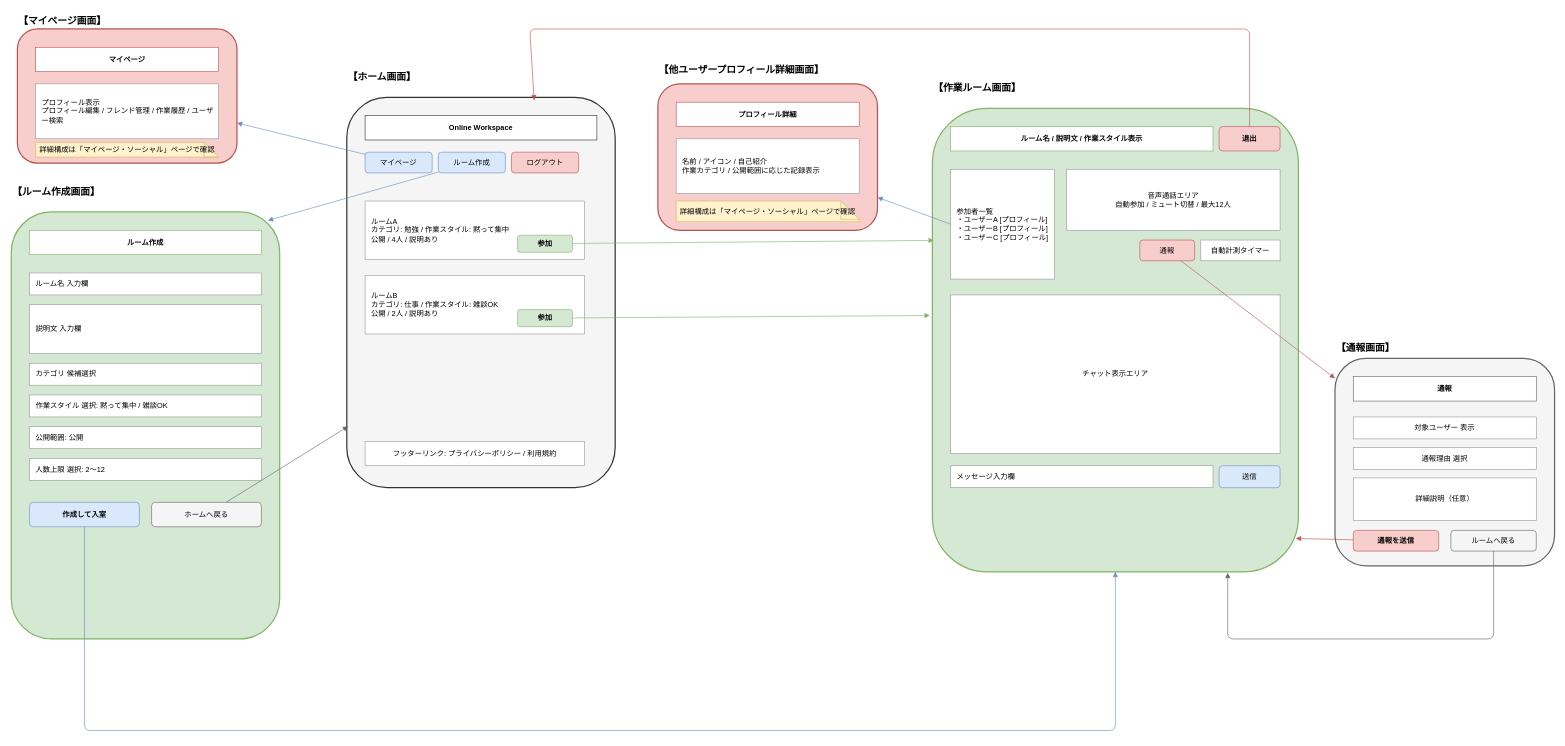
This is page "ホーム・ルーム" (2 of 4) of docs/screen_wireframe.drawio from yuu-ux/online-workspace, a draw.io file, before an edit. Source tidied: cells renumbered, new cells numbered last; positions are measured from the earlier drawing's top-left corner, leaving out a move shared by most shapes. Both pictures are drawn from the tidied source at 61%, with x=0, y=0 at pixel (11, 10).
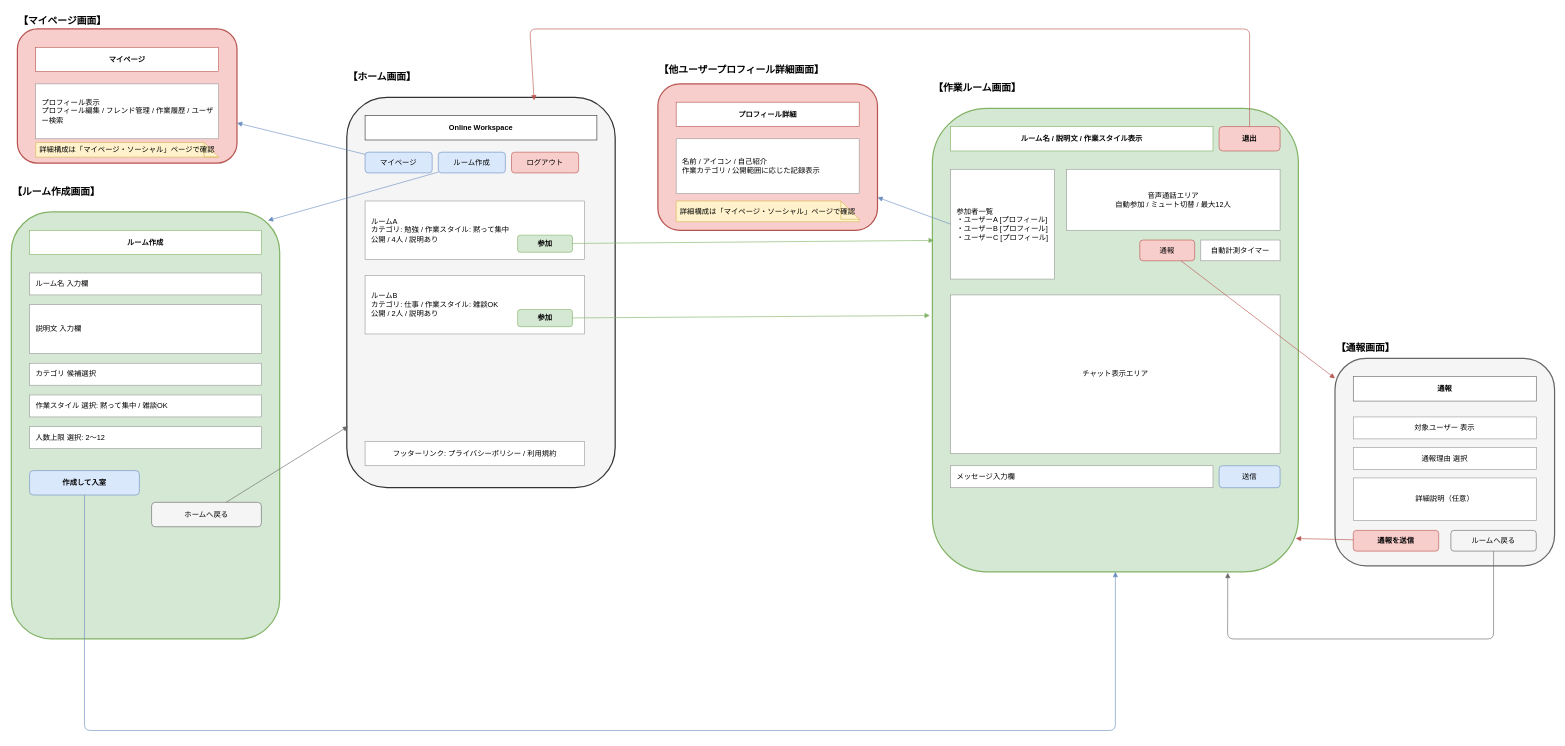
The same page after the edit.

Diff of the diagram source:
```diff
@@
-    <mxCell id="20" value="公開範囲: 公開" style="rounded=0;whiteSpace=wrap;html=1;fillColor=#ffffff;strokeColor=#999999;align=left;spacingLeft=8;" parent="1" vertex="1">
-      <mxGeometry x="30" y="682" width="380" height="36" as="geometry" />
-    </mxCell>
     <mxCell id="21" value="人数上限 選択: 2〜12" style="rounded=0;whiteSpace=wrap;html=1;fillColor=#ffffff;strokeColor=#999999;align=left;spacingLeft=8;" parent="1" vertex="1">
-      <mxGeometry x="30" y="734" width="380" height="36" as="geometry" />
+      <mxGeometry x="30" y="682" width="380" height="36" as="geometry" />
     </mxCell>
     <mxCell id="22" value="作成して入室" style="rounded=1;whiteSpace=wrap;html=1;fillColor=#dae8fc;strokeColor=#6c8ebf;fontStyle=1;" parent="1" vertex="1">
-      <mxGeometry x="30" y="806" width="180" height="40" as="geometry" />
+      <mxGeometry x="30" y="754" width="180" height="40" as="geometry" />
     </mxCell>
```
